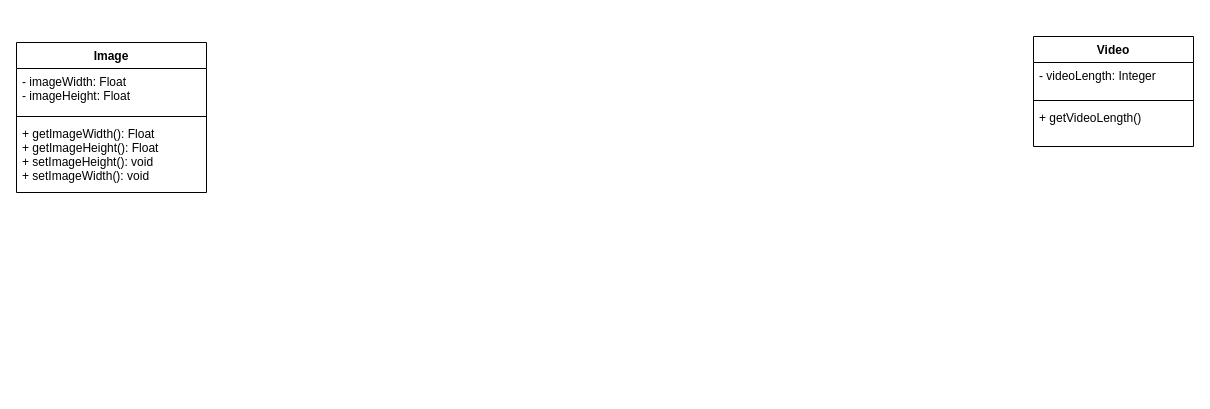
The draw.io diagram Models/drawing/ClassDiagram.drawio in MrMoon/Vision, before the edit. Source tidied: cells renumbered, new cells numbered last; positions are measured from the earlier drawing's top-left corner, leaving out a move shared by most shapes. Both pictures are drawn from the tidied source at 100%, with x=0, y=0 at pixel (16, 36).
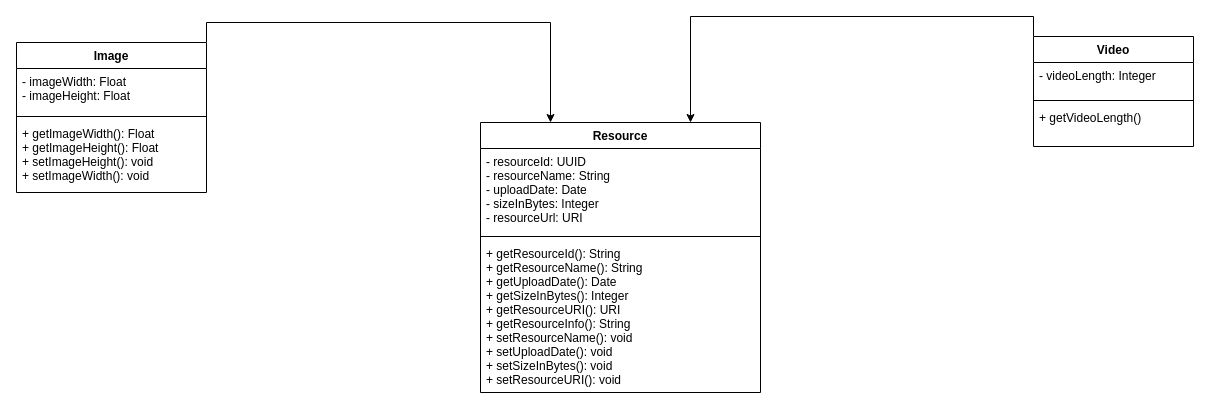
After the change.

Change to the diagram source:
```diff
@@
 <mxGraphModel>
   <root>
     <mxCell id="0" />
     <mxCell id="1" parent="0" />
+    <mxCell id="10" style="edgeStyle=orthogonalEdgeStyle;rounded=0;jettySize=auto;html=1;exitX=1;exitY=0;exitDx=0;exitDy=0;entryX=0.25;entryY=0;entryDx=0;entryDy=0;" parent="1" edge="1" source="2" target="12">
+      <mxGeometry relative="1" as="geometry" />
+    </mxCell>
     <mxCell id="2" value="Image" style="swimlane;fontStyle=1;align=center;verticalAlign=top;horizontal=1;startSize=26;" parent="1" vertex="1">
       <mxGeometry y="6" width="190" height="150" as="geometry" />
     </mxCell>
     <mxCell id="3" value="- imageWidth: Float&#10;- imageHeight: Float&#10;" style="text;strokeColor=none;fillColor=none;align=left;verticalAlign=top;spacingLeft=4;spacingRight=4;overflow=hidden;" parent="2" vertex="1">
       <mxGeometry y="26" width="190" height="44" as="geometry" />
     </mxCell>
     <mxCell id="4" style="line;strokeWidth=1;fillColor=none;align=left;verticalAlign=middle;spacingTop=-1;spacingLeft=3;spacingRight=3;labelPosition=right;" parent="2" vertex="1">
       <mxGeometry y="70" width="190" height="8" as="geometry" />
     </mxCell>
     <mxCell id="5" value="+ getImageWidth(): Float&#10;+ getImageHeight(): Float&#10;+ setImageHeight(): void&#10;+ setImageWidth(): void" style="text;strokeColor=none;fillColor=none;align=left;verticalAlign=top;spacingLeft=4;spacingRight=4;overflow=hidden;" parent="2" vertex="1">
       <mxGeometry y="78" width="190" height="72" as="geometry" />
     </mxCell>
+    <mxCell id="11" style="edgeStyle=orthogonalEdgeStyle;rounded=0;jettySize=auto;html=1;exitX=0;exitY=0;exitDx=0;exitDy=0;entryX=0.75;entryY=0;entryDx=0;entryDy=0;" parent="1" edge="1" source="6" target="12">
+      <mxGeometry relative="1" as="geometry" />
+    </mxCell>
     <mxCell id="6" value="Video" style="swimlane;fontStyle=1;align=center;verticalAlign=top;horizontal=1;startSize=26;" parent="1" vertex="1">
       <mxGeometry x="1017" width="160" height="110" as="geometry" />
     </mxCell>
     <mxCell id="7" value="- videoLength: Integer&#10;" style="text;strokeColor=none;fillColor=none;align=left;verticalAlign=top;spacingLeft=4;spacingRight=4;overflow=hidden;" parent="6" vertex="1">
       <mxGeometry y="26" width="160" height="34" as="geometry" />
     </mxCell>
     <mxCell id="8" style="line;strokeWidth=1;fillColor=none;align=left;verticalAlign=middle;spacingTop=-1;spacingLeft=3;spacingRight=3;labelPosition=right;" parent="6" vertex="1">
       <mxGeometry y="60" width="160" height="8" as="geometry" />
     </mxCell>
     <mxCell id="9" value="+ getVideoLength()&#10;" style="text;strokeColor=none;fillColor=none;align=left;verticalAlign=top;spacingLeft=4;spacingRight=4;overflow=hidden;" parent="6" vertex="1">
       <mxGeometry y="68" width="160" height="42" as="geometry" />
     </mxCell>
+    <mxCell id="12" value="Resource" style="swimlane;fontStyle=1;align=center;verticalAlign=top;horizontal=1;startSize=26;" parent="1" vertex="1">
+      <mxGeometry x="464" y="86" width="280" height="270" as="geometry" />
+    </mxCell>
+    <mxCell id="13" value="- resourceId: UUID&#10;- resourceName: String&#10;- uploadDate: Date&#10;- sizeInBytes: Integer&#10;- resourceUrl: URI" style="text;strokeColor=none;fillColor=none;align=left;verticalAlign=top;spacingLeft=4;spacingRight=4;overflow=hidden;" parent="12" vertex="1">
+      <mxGeometry y="26" width="280" height="84" as="geometry" />
+    </mxCell>
+    <mxCell id="14" style="line;strokeWidth=1;fillColor=none;align=left;verticalAlign=middle;spacingTop=-1;spacingLeft=3;spacingRight=3;labelPosition=right;" parent="12" vertex="1">
+      <mxGeometry y="110" width="280" height="8" as="geometry" />
+    </mxCell>
+    <mxCell id="15" value="+ getResourceId(): String&#10;+ getResourceName(): String&#10;+ getUploadDate(): Date&#10;+ getSizeInBytes(): Integer&#10;+ getResourceURI(): URI&#10;+ getResourceInfo(): String&#10;+ setResourceName(): void&#10;+ setUploadDate(): void&#10;+ setSizeInBytes(): void&#10;+ setResourceURI(): void&#10;" style="text;strokeColor=none;fillColor=none;align=left;verticalAlign=top;spacingLeft=4;spacingRight=4;overflow=hidden;" parent="12" vertex="1">
+      <mxGeometry y="118" width="280" height="152" as="geometry" />
+    </mxCell>
   </root>
 </mxGraphModel>
```
